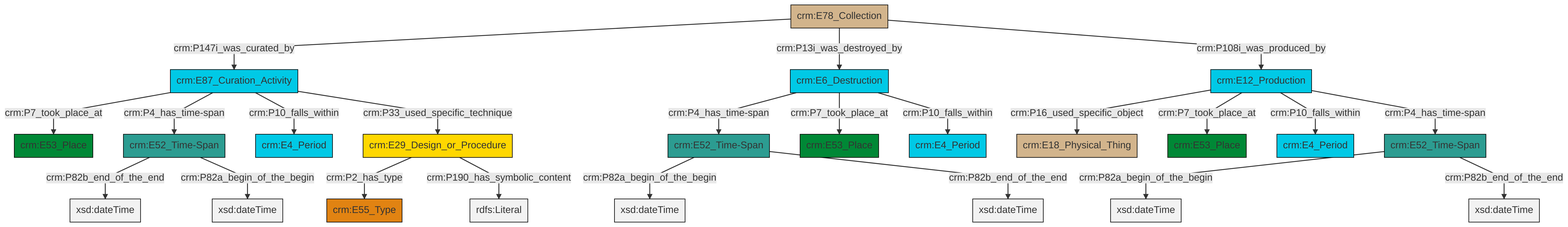
swiss-art-research-net/docs.swissartresearch keeps this Mermaid diagram as et/archivalCSV/ttl/mmd/png/archival_existence.png. Above is the earlier version. Its source is kept beside it as et/archivalCSV/ttl/mmd/archival_existence.ttl.mmd.
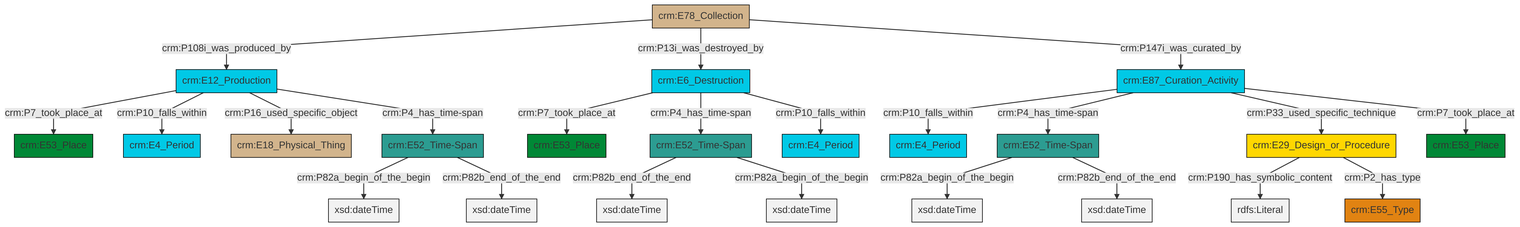
After the change.

Change to the diagram source:
```diff
@@ -13,25 +13,25 @@
 classDef PC_Classes fill:#4ce600, stroke:#000000;
 classDef Multi fill:#cccccc,stroke:#000000;
 
-2["crm:E52_Time-Span"]:::Time-Span -->|crm:P82a_begin_of_the_begin| 3[xsd:dateTime]:::Literal
-12["crm:E78_Collection"]:::Physical_Thing -->|crm:P147i_was_curated_by| 13["crm:E87_Curation_Activity"]:::Temporal_Entity
-4["crm:E12_Production"]:::Temporal_Entity -->|crm:P16_used_specific_object| 16["crm:E18_Physical_Thing"]:::Physical_Thing
-0["crm:E29_Design_or_Procedure"]:::Conceptual_Object -->|crm:P2_has_type| 14["crm:E55_Type"]:::Type
-6["crm:E6_Destruction"]:::Temporal_Entity -->|crm:P4_has_time-span| 17["crm:E52_Time-Span"]:::Time-Span
-13["crm:E87_Curation_Activity"]:::Temporal_Entity -->|crm:P7_took_place_at| 10["crm:E53_Place"]:::Place
-12["crm:E78_Collection"]:::Physical_Thing -->|crm:P13i_was_destroyed_by| 6["crm:E6_Destruction"]:::Temporal_Entity
-17["crm:E52_Time-Span"]:::Time-Span -->|crm:P82a_begin_of_the_begin| 19[xsd:dateTime]:::Literal
-4["crm:E12_Production"]:::Temporal_Entity -->|crm:P7_took_place_at| 8["crm:E53_Place"]:::Place
-4["crm:E12_Production"]:::Temporal_Entity -->|crm:P10_falls_within| 23["crm:E4_Period"]:::Temporal_Entity
-13["crm:E87_Curation_Activity"]:::Temporal_Entity -->|crm:P4_has_time-span| 24["crm:E52_Time-Span"]:::Time-Span
-13["crm:E87_Curation_Activity"]:::Temporal_Entity -->|crm:P10_falls_within| 20["crm:E4_Period"]:::Temporal_Entity
-12["crm:E78_Collection"]:::Physical_Thing -->|crm:P108i_was_produced_by| 4["crm:E12_Production"]:::Temporal_Entity
-17["crm:E52_Time-Span"]:::Time-Span -->|crm:P82b_end_of_the_end| 27[xsd:dateTime]:::Literal
-6["crm:E6_Destruction"]:::Temporal_Entity -->|crm:P7_took_place_at| 28["crm:E53_Place"]:::Place
-24["crm:E52_Time-Span"]:::Time-Span -->|crm:P82b_end_of_the_end| 31[xsd:dateTime]:::Literal
-4["crm:E12_Production"]:::Temporal_Entity -->|crm:P4_has_time-span| 2["crm:E52_Time-Span"]:::Time-Span
-0["crm:E29_Design_or_Procedure"]:::Conceptual_Object -->|crm:P190_has_symbolic_content| 32[rdfs:Literal]:::Literal
-2["crm:E52_Time-Span"]:::Time-Span -->|crm:P82b_end_of_the_end| 33[xsd:dateTime]:::Literal
-13["crm:E87_Curation_Activity"]:::Temporal_Entity -->|crm:P33_used_specific_technique| 0["crm:E29_Design_or_Procedure"]:::Conceptual_Object
-24["crm:E52_Time-Span"]:::Time-Span -->|crm:P82a_begin_of_the_begin| 38[xsd:dateTime]:::Literal
-6["crm:E6_Destruction"]:::Temporal_Entity -->|crm:P10_falls_within| 25["crm:E4_Period"]:::Temporal_Entity
+0["crm:E52_Time-Span"]:::Time-Span -->|crm:P82a_begin_of_the_begin| 1[xsd:dateTime]:::Literal
+2["crm:E78_Collection"]:::Physical_Thing -->|crm:P108i_was_produced_by| 3["crm:E12_Production"]:::Temporal_Entity
+4["crm:E29_Design_or_Procedure"]:::Conceptual_Object -->|crm:P190_has_symbolic_content| 5[rdfs:Literal]:::Literal
+8["crm:E87_Curation_Activity"]:::Temporal_Entity -->|crm:P10_falls_within| 9["crm:E4_Period"]:::Temporal_Entity
+3["crm:E12_Production"]:::Temporal_Entity -->|crm:P7_took_place_at| 11["crm:E53_Place"]:::Place
+3["crm:E12_Production"]:::Temporal_Entity -->|crm:P10_falls_within| 14["crm:E4_Period"]:::Temporal_Entity
+23["crm:E52_Time-Span"]:::Time-Span -->|crm:P82a_begin_of_the_begin| 24[xsd:dateTime]:::Literal
+3["crm:E12_Production"]:::Temporal_Entity -->|crm:P16_used_specific_object| 6["crm:E18_Physical_Thing"]:::Physical_Thing
+2["crm:E78_Collection"]:::Physical_Thing -->|crm:P13i_was_destroyed_by| 26["crm:E6_Destruction"]:::Temporal_Entity
+23["crm:E52_Time-Span"]:::Time-Span -->|crm:P82b_end_of_the_end| 27[xsd:dateTime]:::Literal
+29["crm:E52_Time-Span"]:::Time-Span -->|crm:P82b_end_of_the_end| 30[xsd:dateTime]:::Literal
+26["crm:E6_Destruction"]:::Temporal_Entity -->|crm:P7_took_place_at| 18["crm:E53_Place"]:::Place
+8["crm:E87_Curation_Activity"]:::Temporal_Entity -->|crm:P4_has_time-span| 0["crm:E52_Time-Span"]:::Time-Span
+0["crm:E52_Time-Span"]:::Time-Span -->|crm:P82b_end_of_the_end| 33[xsd:dateTime]:::Literal
+8["crm:E87_Curation_Activity"]:::Temporal_Entity -->|crm:P33_used_specific_technique| 4["crm:E29_Design_or_Procedure"]:::Conceptual_Object
+2["crm:E78_Collection"]:::Physical_Thing -->|crm:P147i_was_curated_by| 8["crm:E87_Curation_Activity"]:::Temporal_Entity
+3["crm:E12_Production"]:::Temporal_Entity -->|crm:P4_has_time-span| 23["crm:E52_Time-Span"]:::Time-Span
+29["crm:E52_Time-Span"]:::Time-Span -->|crm:P82a_begin_of_the_begin| 35[xsd:dateTime]:::Literal
+4["crm:E29_Design_or_Procedure"]:::Conceptual_Object -->|crm:P2_has_type| 20["crm:E55_Type"]:::Type
+26["crm:E6_Destruction"]:::Temporal_Entity -->|crm:P4_has_time-span| 29["crm:E52_Time-Span"]:::Time-Span
+8["crm:E87_Curation_Activity"]:::Temporal_Entity -->|crm:P7_took_place_at| 16["crm:E53_Place"]:::Place
+26["crm:E6_Destruction"]:::Temporal_Entity -->|crm:P10_falls_within| 37["crm:E4_Period"]:::Temporal_Entity
```
